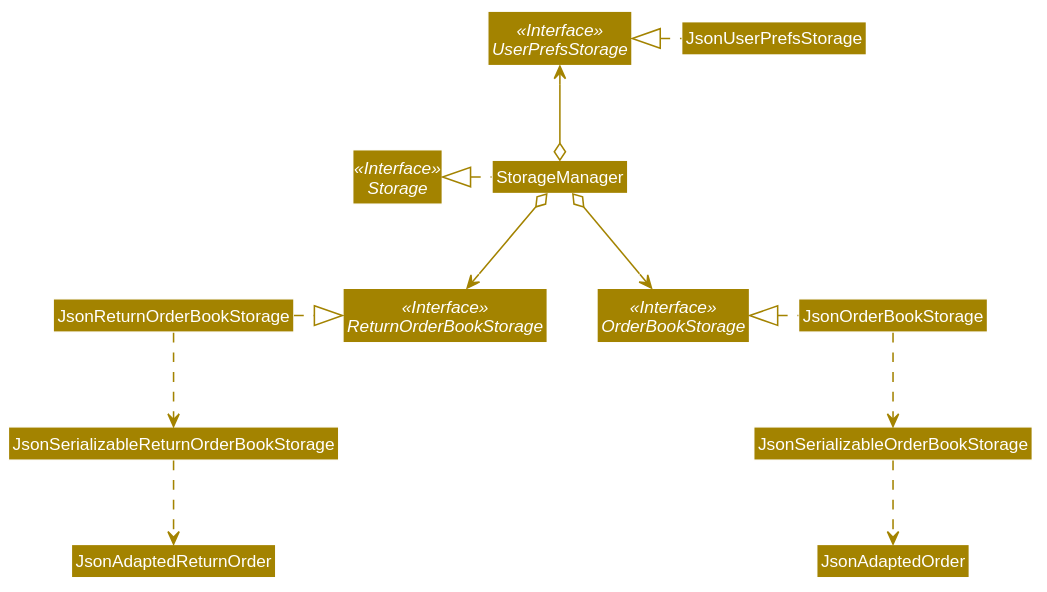
nus-cs2103-AY1920S2/addressbook-level3 keeps this PlantUML diagram as docs/images/StorageClassDiagram.svg. Above is the earlier version. The source it was exported from:
```plantuml
@startuml








skinparam BackgroundColor #FFFFFFF

skinparam Shadowing false

skinparam Class {
    FontColor #FFFFFF
    BorderThickness 1
    BorderColor #FFFFFF
    StereotypeFontColor #FFFFFF
    FontName Arial
}

skinparam Actor {
    BorderColor #000000
    Color #000000
    FontName Arial
}

skinparam Sequence {
    MessageAlign center
    BoxFontSize 15
    BoxPadding 0
    BoxFontColor #FFFFFF
    FontName Arial
}

skinparam Participant {
    FontColor #FFFFFFF
    Padding 20
}

skinparam MinClassWidth 50
skinparam ParticipantPadding 10
skinparam Shadowing false
skinparam DefaultTextAlignment center
skinparam packageStyle Rectangle

hide footbox
hide members
hide circle
skinparam arrowThickness 1.1
skinparam arrowColor #A38300
skinparam classBackgroundColor #A38300

Interface Storage <<Interface>>
Interface UserPrefsStorage <<Interface>>
Interface OrderBookStorage <<Interface>>
Interface ReturnOrderBookStorage <<Interface>>

Class StorageManager
Class JsonUserPrefsStorage
Class JsonOrderBookStorage
Class JsonReturnOrderBookStorage
Class JsonSerializableOrderBookStorage
Class JsonSerializableReturnOrderBookStorage
Class JsonAdaptedOrder

StorageManager .left.|> Storage
StorageManager o-up-> UserPrefsStorage
StorageManager o--> OrderBookStorage
StorageManager o--> ReturnOrderBookStorage

JsonUserPrefsStorage .left.|> UserPrefsStorage
JsonOrderBookStorage .left.|> OrderBookStorage
OrderBookStorage .left[hidden].> ReturnOrderBookStorage
JsonReturnOrderBookStorage .right.|> ReturnOrderBookStorage
JsonOrderBookStorage .down.> JsonSerializableOrderBookStorage
JsonReturnOrderBookStorage .down.> JsonSerializableReturnOrderBookStorage
JsonSerializableOrderBookStorage .down.> JsonAdaptedOrder
JsonSerializableReturnOrderBookStorage .down.> JsonAdaptedReturnOrder
@enduml
```
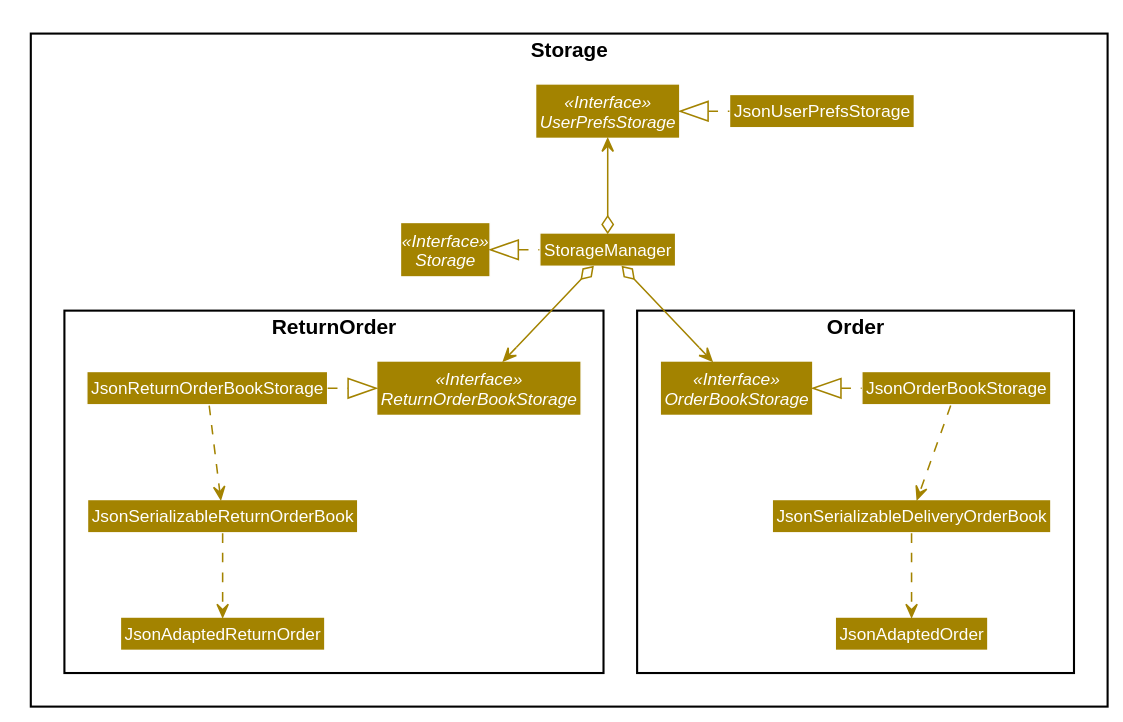
After the commit.

Commit message:
Update the storage class diagram due to moving the respective java files to order or return order folder in the storage folder.

Diff of the diagram source:
```diff
@@ -50,20 +50,28 @@
 skinparam arrowThickness 1.1
 skinparam arrowColor #A38300
 skinparam classBackgroundColor #A38300
-
+package Storage {
 Interface Storage <<Interface>>
 Interface UserPrefsStorage <<Interface>>
-Interface OrderBookStorage <<Interface>>
-Interface ReturnOrderBookStorage <<Interface>>
 
 Class StorageManager
 Class JsonUserPrefsStorage
+
+package Order {
+Interface OrderBookStorage <<Interface>>
 Class JsonOrderBookStorage
+Class JsonSerializableDeliveryOrderBook
+Class JsonAdaptedOrder
+}
+package ReturnOrder {
+Interface ReturnOrderBookStorage <<Interface>>
+Class JsonSerializableReturnOrderBook
 Class JsonReturnOrderBookStorage
-Class JsonSerializableOrderBookStorage
-Class JsonSerializableReturnOrderBookStorage
-Class JsonAdaptedOrder
+Class JsonAdaptedReturnOrder
+}
+}
 
+OrderBookStorage -left[hidden]-> ReturnOrderBookStorage
 StorageManager .left.|> Storage
 StorageManager o-up-> UserPrefsStorage
 StorageManager o--> OrderBookStorage
@@ -73,8 +81,8 @@
 JsonOrderBookStorage .left.|> OrderBookStorage
 OrderBookStorage .left[hidden].> ReturnOrderBookStorage
 JsonReturnOrderBookStorage .right.|> ReturnOrderBookStorage
-JsonOrderBookStorage .down.> JsonSerializableOrderBookStorage
-JsonReturnOrderBookStorage .down.> JsonSerializableReturnOrderBookStorage
-JsonSerializableOrderBookStorage .down.> JsonAdaptedOrder
-JsonSerializableReturnOrderBookStorage .down.> JsonAdaptedReturnOrder
+JsonOrderBookStorage .down.> JsonSerializableDeliveryOrderBook
+JsonReturnOrderBookStorage .down.> JsonSerializableReturnOrderBook
+JsonSerializableDeliveryOrderBook .down.> JsonAdaptedOrder
+JsonSerializableReturnOrderBook .down.> JsonAdaptedReturnOrder
 @enduml
```
